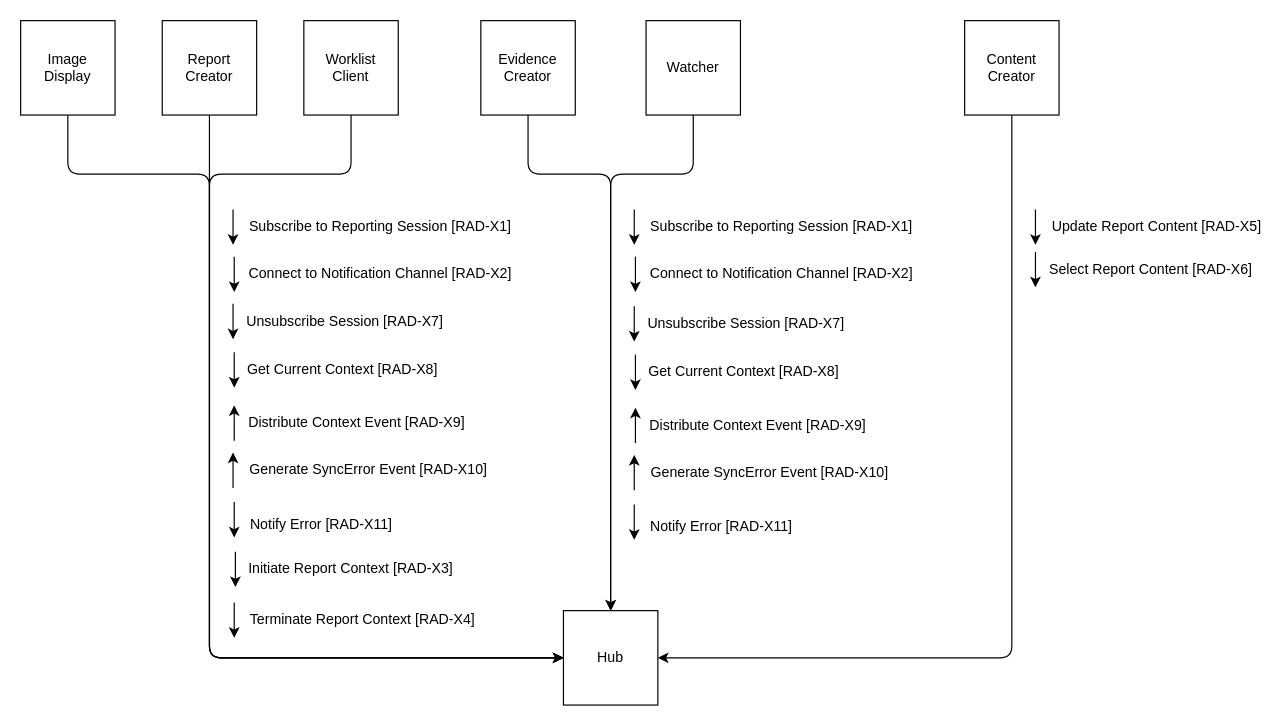
Before: page "Full Actors Only" (1 of 4) of input/images-source/actor_transaction.drawio in IHE/RAD.IRA, a draw.io diagram. Source tidied: cells renumbered, new cells numbered last; positions are measured from the earlier drawing's top-left corner, leaving out a move shared by most shapes. Both pictures are drawn from the tidied source at 118%, with x=0, y=0 at pixel (20, 20).
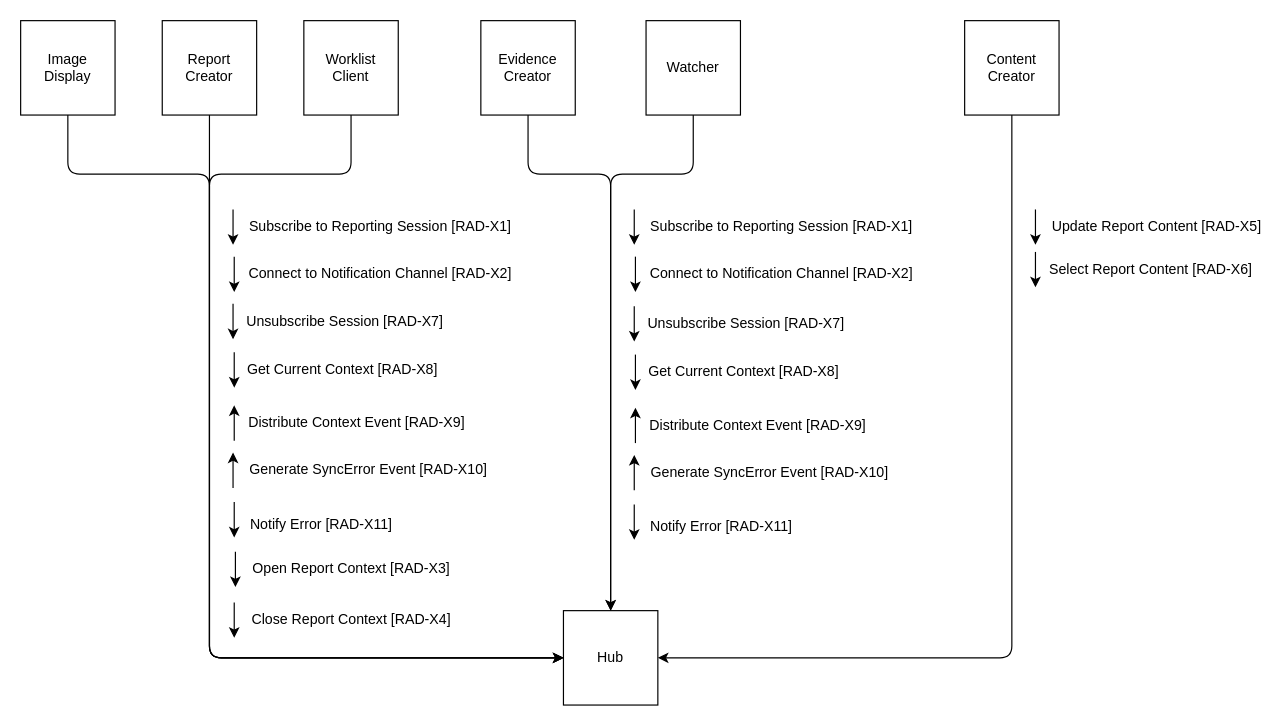
The same diagram, later.

Commit message (it also covers changes not shown here):
Changed X3 and X4 to Open and Close Report Context.

The edit, as a diff of the source:
```diff
@@
-    <mxCell id="43" value="Terminate Report Context [RAD-X4]" style="text;html=1;strokeColor=none;fillColor=none;align=center;verticalAlign=middle;whiteSpace=wrap;rounded=0;" parent="1" vertex="1">
-      <mxGeometry x="191" y="493" width="198" height="30" as="geometry" />
+    <mxCell id="43" value="Close Report Context [RAD-X4]" style="text;html=1;strokeColor=none;fillColor=none;align=center;verticalAlign=middle;whiteSpace=wrap;rounded=0;" parent="1" vertex="1">
+      <mxGeometry x="191" y="493" width="179" height="30" as="geometry" />
     </mxCell>
@@
-    <mxCell id="51" value="Initiate Report Context [RAD-X3]" style="text;html=1;strokeColor=none;fillColor=none;align=center;verticalAlign=middle;whiteSpace=wrap;rounded=0;" parent="1" vertex="1">
-      <mxGeometry x="191" y="450" width="178" height="30" as="geometry" />
+    <mxCell id="51" value="Open Report Context [RAD-X3]" style="text;html=1;strokeColor=none;fillColor=none;align=center;verticalAlign=middle;whiteSpace=wrap;rounded=0;" parent="1" vertex="1">
+      <mxGeometry x="191" y="450" width="179" height="30" as="geometry" />
     </mxCell>
```
